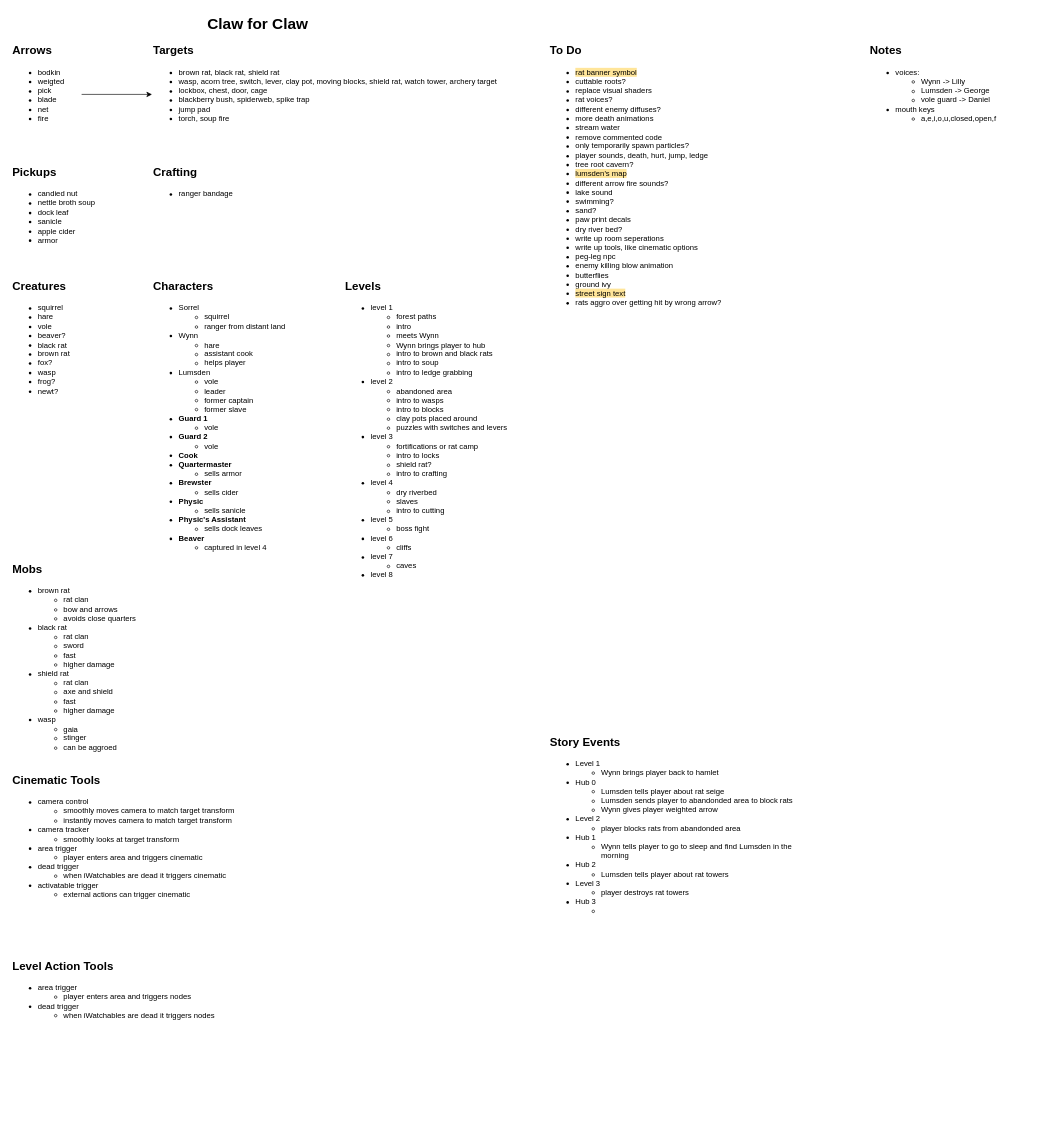
This is Planning/design-doc.drawio from camerondedore/Godot-Project-3, a draw.io file, before an edit. Source tidied: cells renumbered, new cells numbered last; positions are measured from the earlier drawing's top-left corner, leaving out a move shared by most shapes. Both pictures are drawn from the tidied source at 64%, with x=0, y=0 at pixel (11, 11).
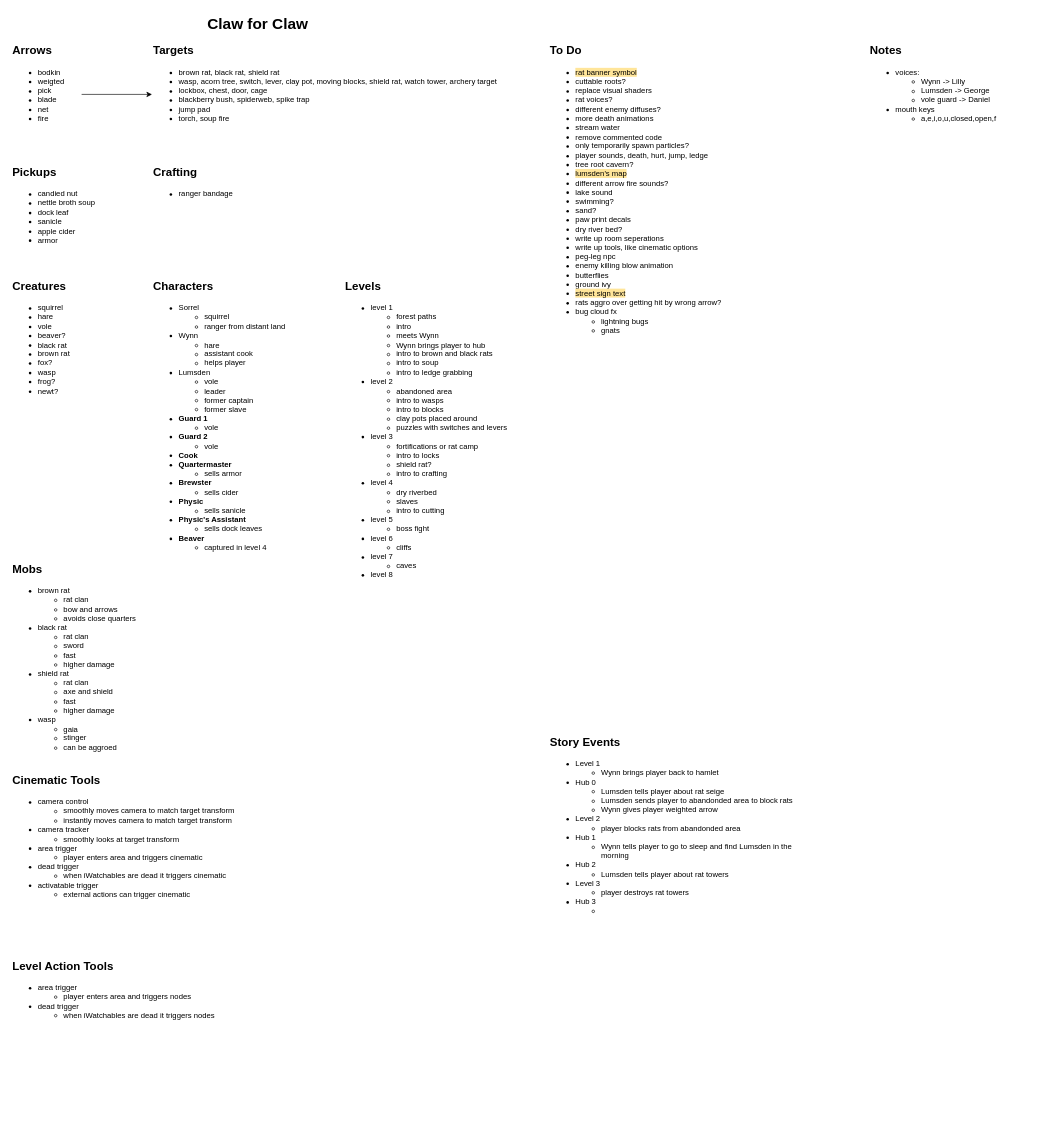
Above is the later version.

What changed in the source:
```diff
@@
-    <mxCell id="19" value="&lt;ul&gt;&lt;li&gt;&lt;span style=&quot;background-color: rgb(255, 229, 153);&quot;&gt;rat banner symbol&lt;/span&gt;&lt;/li&gt;&lt;li&gt;cuttable roots?&lt;/li&gt;&lt;li&gt;replace visual shaders&lt;/li&gt;&lt;li&gt;rat voices?&lt;/li&gt;&lt;li&gt;different enemy diffuses?&lt;/li&gt;&lt;li&gt;more death animations&lt;/li&gt;&lt;li&gt;&lt;span style=&quot;background-color: transparent; color: light-dark(rgb(0, 0, 0), rgb(255, 255, 255));&quot;&gt;stream water&lt;/span&gt;&lt;br&gt;&lt;/li&gt;&lt;li&gt;remove commented code&lt;/li&gt;&lt;li&gt;only temporarily spawn particles?&lt;/li&gt;&lt;li&gt;player sounds, death, hurt, jump, ledge&lt;/li&gt;&lt;li&gt;tree root cavern?&lt;/li&gt;&lt;li&gt;&lt;font style=&quot;color: rgb(0, 0, 0); background-color: rgb(255, 229, 153);&quot;&gt;lumsden's map&lt;/font&gt;&lt;/li&gt;&lt;li&gt;different arrow fire sounds?&lt;/li&gt;&lt;li&gt;lake sound&lt;/li&gt;&lt;li&gt;swimming?&lt;/li&gt;&lt;li&gt;&lt;span&gt;sand&lt;/span&gt;?&lt;/li&gt;&lt;li&gt;paw print decals&lt;/li&gt;&lt;li&gt;dry river bed?&lt;/li&gt;&lt;li&gt;write up room seperations&lt;/li&gt;&lt;li&gt;write up tools, like cinematic options&lt;/li&gt;&lt;li&gt;peg-leg npc&lt;/li&gt;&lt;li&gt;enemy killing blow animation&lt;/li&gt;&lt;li&gt;butterflies&lt;/li&gt;&lt;li&gt;ground ivy&lt;/li&gt;&lt;li&gt;&lt;span style=&quot;background-color: rgb(255, 229, 153);&quot;&gt;street sign text&lt;/span&gt;&lt;/li&gt;&lt;li&gt;&lt;span&gt;rats aggro over getting hit by wrong arrow?&lt;/span&gt;&lt;/li&gt;&lt;/ul&gt;" style="text;html=1;align=left;verticalAlign=top;whiteSpace=wrap;rounded=0;" parent="1" vertex="1">
+    <mxCell id="19" value="&lt;ul&gt;&lt;li&gt;&lt;span style=&quot;background-color: rgb(255, 229, 153);&quot;&gt;rat banner symbol&lt;/span&gt;&lt;/li&gt;&lt;li&gt;cuttable roots?&lt;/li&gt;&lt;li&gt;replace visual shaders&lt;/li&gt;&lt;li&gt;rat voices?&lt;/li&gt;&lt;li&gt;different enemy diffuses?&lt;/li&gt;&lt;li&gt;more death animations&lt;/li&gt;&lt;li&gt;&lt;span style=&quot;background-color: transparent; color: light-dark(rgb(0, 0, 0), rgb(255, 255, 255));&quot;&gt;stream water&lt;/span&gt;&lt;br&gt;&lt;/li&gt;&lt;li&gt;remove commented code&lt;/li&gt;&lt;li&gt;only temporarily spawn particles?&lt;/li&gt;&lt;li&gt;player sounds, death, hurt, jump, ledge&lt;/li&gt;&lt;li&gt;tree root cavern?&lt;/li&gt;&lt;li&gt;&lt;font style=&quot;color: rgb(0, 0, 0); background-color: rgb(255, 229, 153);&quot;&gt;lumsden's map&lt;/font&gt;&lt;/li&gt;&lt;li&gt;different arrow fire sounds?&lt;/li&gt;&lt;li&gt;lake sound&lt;/li&gt;&lt;li&gt;swimming?&lt;/li&gt;&lt;li&gt;&lt;span&gt;sand&lt;/span&gt;?&lt;/li&gt;&lt;li&gt;paw print decals&lt;/li&gt;&lt;li&gt;dry river bed?&lt;/li&gt;&lt;li&gt;write up room seperations&lt;/li&gt;&lt;li&gt;write up tools, like cinematic options&lt;/li&gt;&lt;li&gt;peg-leg npc&lt;/li&gt;&lt;li&gt;enemy killing blow animation&lt;/li&gt;&lt;li&gt;butterflies&lt;/li&gt;&lt;li&gt;ground ivy&lt;/li&gt;&lt;li&gt;&lt;span style=&quot;background-color: rgb(255, 229, 153);&quot;&gt;street sign text&lt;/span&gt;&lt;/li&gt;&lt;li&gt;&lt;span&gt;rats aggro over getting hit by wrong arrow?&lt;/span&gt;&lt;/li&gt;&lt;li&gt;&lt;span&gt;bug cloud fx&lt;/span&gt;&lt;/li&gt;&lt;ul&gt;&lt;li&gt;&lt;span&gt;lightning bugs&lt;/span&gt;&lt;/li&gt;&lt;li&gt;&lt;span&gt;gnats&lt;/span&gt;&lt;/li&gt;&lt;/ul&gt;&lt;/ul&gt;" style="text;html=1;align=left;verticalAlign=top;whiteSpace=wrap;rounded=0;" parent="1" vertex="1">
       <mxGeometry x="840" y="70" width="280" height="440" as="geometry" />
     </mxCell>
```
